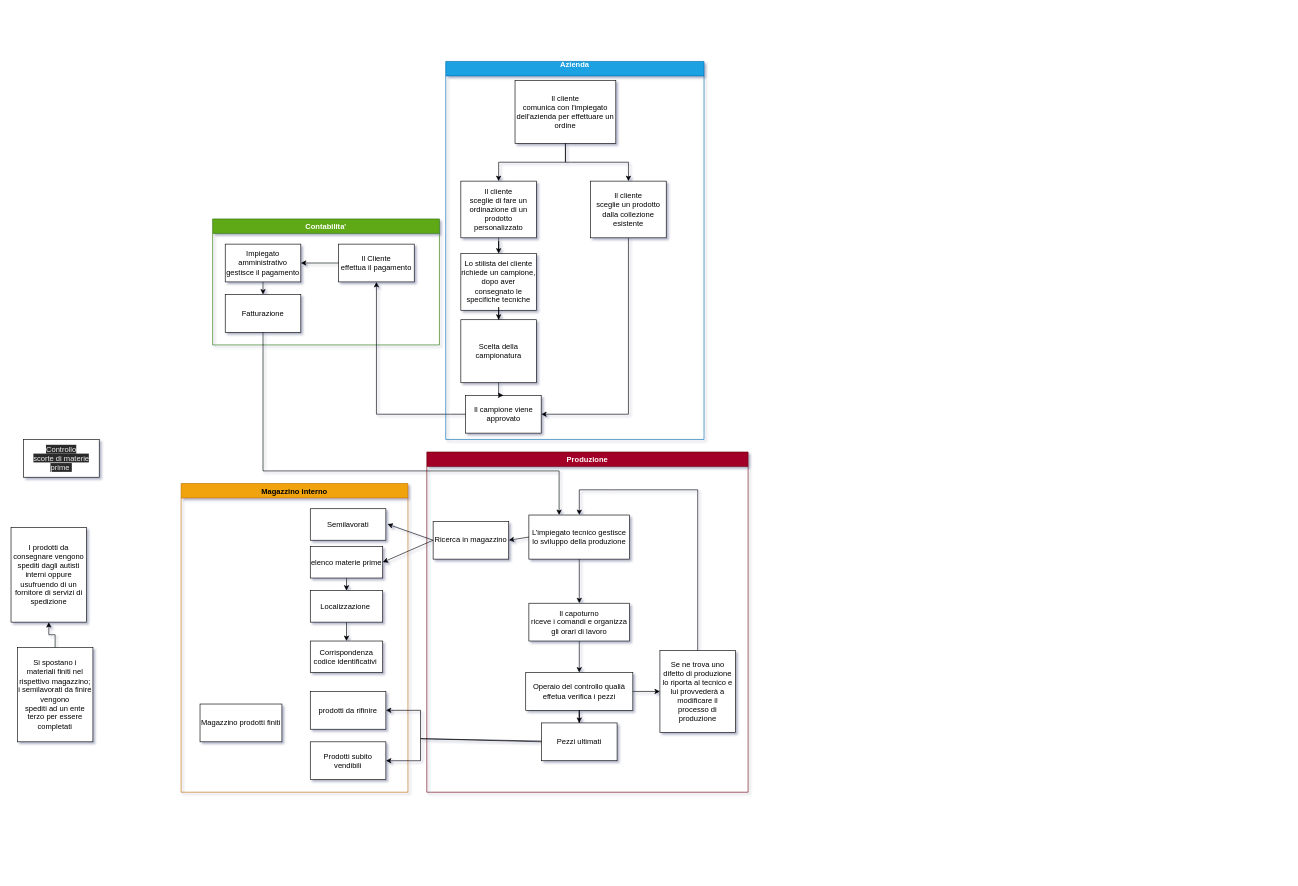
Earlier version of the draw.io diagram Analisi dei processi interni 2.0.drawio (mikecostanzi/ProgettoBasiDati). Source tidied: cells renumbered, new cells numbered last; positions are measured from the earlier drawing's top-left corner, leaving out a move shared by most shapes. Both pictures are drawn from the tidied source at 63%, with x=0, y=0 at pixel (11, 61).
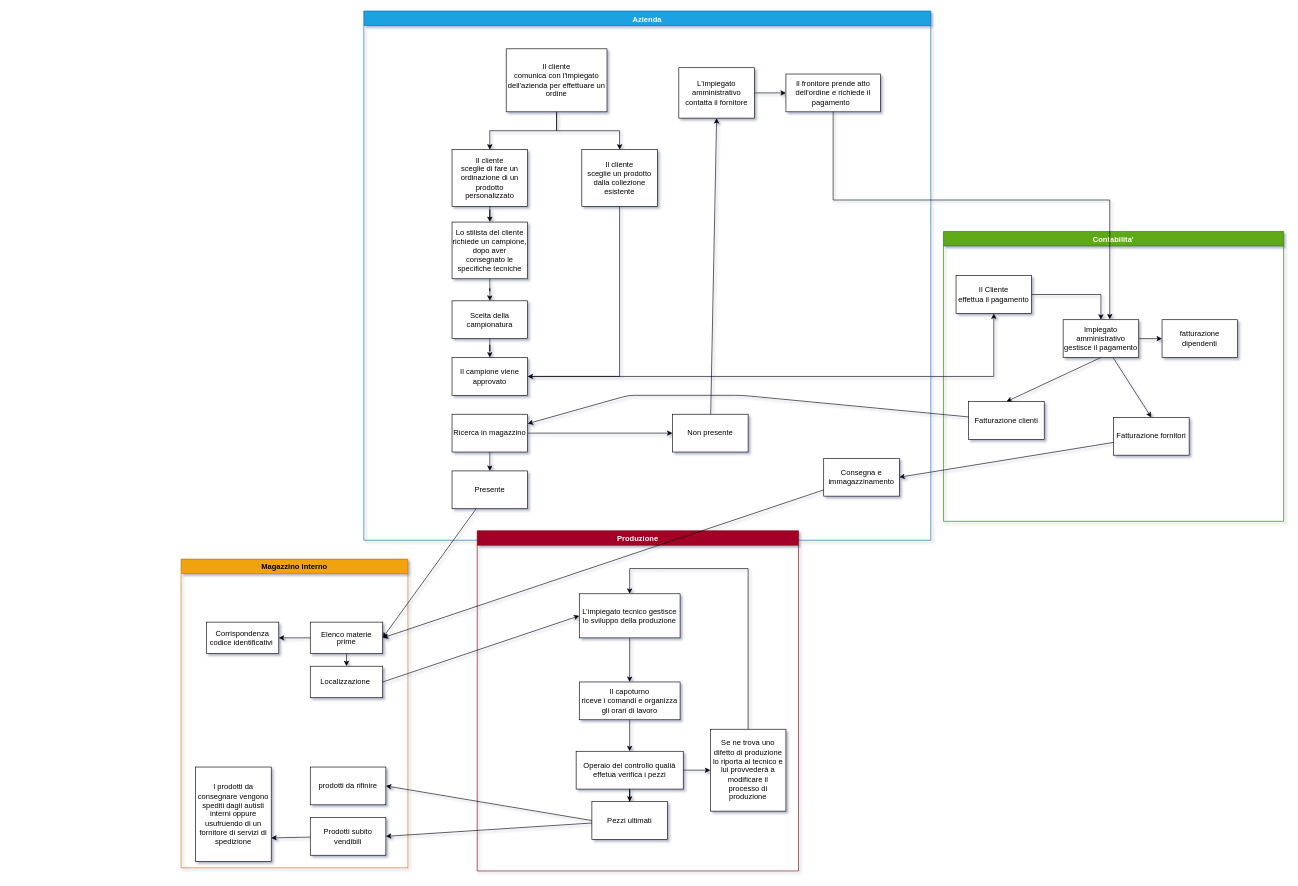
After the change.

Commit message:
analisi processi interni ultimato

Unchanged cells that the change refers to:
```xml
<mxCell id="12" value="Prodotti subito vendibili" style="rounded=0;whiteSpace=wrap;html=1;" parent="8" vertex="1">
  <mxGeometry x="205" y="410" width="120" height="60" as="geometry" />
</mxCell>
<mxCell id="13" value="prodotti da rifinire" style="rounded=0;whiteSpace=wrap;html=1;" parent="8" vertex="1">
  <mxGeometry x="205" y="330" width="120" height="60" as="geometry" />
</mxCell>
<mxCell id="15" value="Localizzazione&amp;nbsp;" style="rounded=0;whiteSpace=wrap;html=1;" parent="8" vertex="1">
  <mxGeometry x="205" y="170" width="115" height="50" as="geometry" />
</mxCell>
<mxCell id="35" value="&lt;p class=&quot;MsoListParagraph&quot;&gt;&lt;span&gt;L’impiegato tecnico gestisce lo sviluppo della produzione&lt;/span&gt;&lt;/p&gt;" style="rounded=0;whiteSpace=wrap;html=1;rotation=0;" parent="33" vertex="1">
  <mxGeometry x="162" y="100" width="160" height="70" as="geometry" />
</mxCell>
<mxCell id="42" value="&lt;p class=&quot;MsoListParagraph&quot;&gt;Pezzi ultimati&lt;/p&gt;" style="rounded=0;whiteSpace=wrap;html=1;" parent="33" vertex="1">
  <mxGeometry x="182" y="430" width="120" height="60" as="geometry" />
</mxCell>
```

Diff of the diagram source:
```diff
@@
     <mxCell id="2" value="Contabilita'" style="swimlane;rounded=0;fillColor=#60a917;fontColor=#ffffff;strokeColor=#2D7600;" parent="1" vertex="1">
-      <mxGeometry x="320" y="250" width="360" height="200" as="geometry" />
+      <mxGeometry x="1480" y="270" width="540" height="460" as="geometry" />
     </mxCell>
     <mxCell id="3" value="&lt;p class=&quot;MsoListParagraph&quot;&gt;&lt;span&gt;Il Cliente&lt;br&gt;effettua il pagamento&lt;/span&gt;&lt;/p&gt;" style="rounded=0;whiteSpace=wrap;html=1;" parent="2" vertex="1">
-      <mxGeometry x="200" y="40" width="120" height="60" as="geometry" />
+      <mxGeometry x="20" y="70" width="120" height="60" as="geometry" />
     </mxCell>
@@
+    <mxCell id="54" style="edgeStyle=none;html=1;entryX=0.5;entryY=0;entryDx=0;entryDy=0;" parent="2" edge="1" source="5" target="56">
+      <mxGeometry relative="1" as="geometry" />
+    </mxCell>
+    <mxCell id="55" style="edgeStyle=none;rounded=0;html=1;entryX=0;entryY=0.5;entryDx=0;entryDy=0;" parent="2" edge="1" source="5" target="57">
+      <mxGeometry relative="1" as="geometry" />
+    </mxCell>
     <mxCell id="5" value="&lt;p class=&quot;MsoListParagraph&quot;&gt;Impiegato amministrativo gestisce il pagamento&lt;/p&gt;" style="rounded=0;whiteSpace=wrap;html=1;" parent="2" vertex="1">
-      <mxGeometry x="20" y="40" width="120" height="60" as="geometry" />
+      <mxGeometry x="190" y="140" width="120" height="60" as="geometry" />
     </mxCell>
@@
-    <mxCell id="7" value="Fatturazione" style="rounded=0;whiteSpace=wrap;html=1;" parent="2" vertex="1">
-      <mxGeometry x="20" y="120" width="120" height="60" as="geometry" />
+    <mxCell id="7" value="Fatturazione clienti" style="rounded=0;whiteSpace=wrap;html=1;" parent="2" vertex="1">
+      <mxGeometry x="40" y="270" width="120" height="60" as="geometry" />
     </mxCell>
+    <mxCell id="56" value="Fatturazione fornitori" style="rounded=0;whiteSpace=wrap;html=1;" parent="2" vertex="1">
+      <mxGeometry x="270" y="295" width="120" height="60" as="geometry" />
+    </mxCell>
+    <mxCell id="57" value="fatturazione dipendenti" style="rounded=0;whiteSpace=wrap;html=1;" parent="2" vertex="1">
+      <mxGeometry x="347" y="140" width="120" height="60" as="geometry" />
+    </mxCell>
     <mxCell id="8" value="Magazzino interno" style="swimlane;rounded=0;fillColor=#f0a30a;fontColor=#000000;strokeColor=#BD7000;startSize=23;" parent="1" vertex="1">
-      <mxGeometry x="270" y="670" width="360" height="490" as="geometry" />
+      <mxGeometry x="270" y="790" width="360" height="490" as="geometry" />
     </mxCell>
+    <mxCell id="58" style="edgeStyle=none;html=1;" parent="8" edge="1" source="10" target="16">
+      <mxGeometry relative="1" as="geometry" />
+    </mxCell>
-    <mxCell id="9" style="edgeStyle=none;rounded=0;sketch=0;html=1;exitX=0.5;exitY=1;exitDx=0;exitDy=0;entryX=0.5;entryY=0;entryDx=0;entryDy=0;shadow=0;startFill=1;endFill=1;strokeColor=default;" parent="8" edge="1" source="10" target="15">
+    <mxCell id="9" style="edgeStyle=none;html=1;entryX=0.5;entryY=0;entryDx=0;entryDy=0;" parent="8" edge="1" source="10" target="15">
       <mxGeometry relative="1" as="geometry" />
     </mxCell>
-    <mxCell id="10" value="&lt;p class=&quot;MsoListParagraph&quot; style=&quot;line-height: 1&quot;&gt;elenco materie prime&lt;/p&gt;" style="rounded=0;whiteSpace=wrap;html=1;verticalAlign=middle;" parent="8" vertex="1">
+    <mxCell id="10" value="&lt;p class=&quot;MsoListParagraph&quot; style=&quot;line-height: 1&quot;&gt;Elenco materie prime&lt;/p&gt;" style="rounded=0;whiteSpace=wrap;html=1;verticalAlign=middle;" parent="8" vertex="1">
       <mxGeometry x="205" y="100" width="115" height="50" as="geometry" />
     </mxCell>
-    <mxCell id="11" value="Semilavorati" style="rounded=0;whiteSpace=wrap;html=1;" parent="8" vertex="1">
-      <mxGeometry x="205" y="40" width="120" height="50" as="geometry" />
-    </mxCell>
+    <mxCell id="59" style="edgeStyle=none;html=1;entryX=1;entryY=0.75;entryDx=0;entryDy=0;" parent="8" edge="1" source="12" target="48">
+      <mxGeometry relative="1" as="geometry" />
+    </mxCell>
@@
-    <mxCell id="14" style="edgeStyle=none;rounded=0;sketch=0;html=1;exitX=0.5;exitY=1;exitDx=0;exitDy=0;entryX=0.5;entryY=0;entryDx=0;entryDy=0;shadow=0;startFill=1;endFill=1;strokeColor=default;" parent="8" edge="1" source="15" target="16">
-      <mxGeometry relative="1" as="geometry" />
-    </mxCell>
@@
     <mxCell id="16" value="Corrispondenza codice identificativi&amp;nbsp;" style="rounded=0;whiteSpace=wrap;html=1;" parent="8" vertex="1">
-      <mxGeometry x="205" y="250" width="115" height="50" as="geometry" />
+      <mxGeometry x="40" y="100" width="115" height="50" as="geometry" />
     </mxCell>
-    <mxCell id="17" value="Magazzino prodotti finiti" style="rounded=0;whiteSpace=wrap;html=1;" parent="8" vertex="1">
-      <mxGeometry x="30" y="350" width="130" height="60" as="geometry" />
-    </mxCell>
+    <mxCell id="48" value="&lt;p class=&quot;MsoListParagraph&quot;&gt;&lt;span&gt;I prodotti da&lt;br&gt;consegnare vengono spediti dagli autisti interni oppure usufruendo di un&lt;br&gt;fornitore di servizi di spedizione&lt;/span&gt;&lt;/p&gt;" style="rounded=0;whiteSpace=wrap;html=1;" parent="8" vertex="1">
+      <mxGeometry x="23" y="330" width="120" height="150" as="geometry" />
+    </mxCell>
+    <mxCell id="27" style="edgeStyle=orthogonalEdgeStyle;rounded=0;jettySize=auto;html=1;" parent="1" edge="1" source="31" target="3">
+      <mxGeometry relative="1" as="geometry" />
+    </mxCell>
+    <mxCell id="29" value="Azienda&#10;" style="swimlane;fillColor=#1ba1e2;fontColor=#ffffff;strokeColor=#006EAF;verticalAlign=top;" parent="1" vertex="1">
+      <mxGeometry x="560" y="-80" width="900" height="840" as="geometry" />
+    </mxCell>
-    <mxCell id="18" value="&lt;p class=&quot;MsoListParagraph&quot;&gt;&lt;span&gt;Lo stilista del cliente&lt;br&gt;richiede un campione, dopo aver consegnato le specifiche tecniche&lt;/span&gt;&lt;/p&gt;" style="rounded=0;whiteSpace=wrap;html=1;" parent="1" vertex="1">
-      <mxGeometry x="714" y="305" width="120" height="90" as="geometry" />
+    <mxCell id="18" value="&lt;p class=&quot;MsoListParagraph&quot;&gt;&lt;span&gt;Lo stilista del cliente&lt;br&gt;richiede un campione, dopo aver consegnato le specifiche tecniche&lt;/span&gt;&lt;/p&gt;" style="rounded=0;whiteSpace=wrap;html=1;" parent="29" vertex="1">
+      <mxGeometry x="140" y="335" width="120" height="90" as="geometry" />
     </mxCell>
-    <mxCell id="19" value="&lt;p class=&quot;MsoListParagraph&quot;&gt;&lt;span&gt;Il cliente&lt;br&gt;sceglie di fare un ordinazione di un prodotto personalizzato&lt;/span&gt;&lt;/p&gt;" style="rounded=0;whiteSpace=wrap;html=1;" parent="1" vertex="1">
-      <mxGeometry x="714" y="190" width="120" height="90" as="geometry" />
+    <mxCell id="19" value="&lt;p class=&quot;MsoListParagraph&quot;&gt;&lt;span&gt;Il cliente&lt;br&gt;sceglie di fare un ordinazione di un prodotto personalizzato&lt;/span&gt;&lt;/p&gt;" style="rounded=0;whiteSpace=wrap;html=1;" parent="29" vertex="1">
+      <mxGeometry x="140" y="220" width="120" height="90" as="geometry" />
     </mxCell>
-    <mxCell id="20" style="edgeStyle=orthogonalEdgeStyle;rounded=0;jettySize=auto;html=1;" parent="1" edge="1" source="21" target="26">
-      <mxGeometry relative="1" as="geometry" />
-    </mxCell>
-    <mxCell id="21" value="&lt;p class=&quot;MsoListParagraph&quot;&gt;&lt;span&gt;Il cliente&lt;br&gt;comunica con l'impiegato dell'azienda per effettuare un ordine&lt;/span&gt;&lt;/p&gt;" style="rounded=0;whiteSpace=wrap;html=1;" parent="1" vertex="1">
-      <mxGeometry x="800" y="30" width="160" height="100" as="geometry" />
+    <mxCell id="21" value="&lt;p class=&quot;MsoListParagraph&quot;&gt;&lt;span&gt;Il cliente&lt;br&gt;comunica con l'impiegato dell'azienda per effettuare un ordine&lt;/span&gt;&lt;/p&gt;" style="rounded=0;whiteSpace=wrap;html=1;" parent="29" vertex="1">
+      <mxGeometry x="226" y="60" width="160" height="100" as="geometry" />
     </mxCell>
-    <mxCell id="22" style="edgeStyle=orthogonalEdgeStyle;rounded=0;jettySize=auto;html=1;" parent="1" edge="1" source="21" target="19">
+    <mxCell id="22" style="edgeStyle=orthogonalEdgeStyle;rounded=0;jettySize=auto;html=1;" parent="29" edge="1" source="21" target="19">
       <mxGeometry relative="1" as="geometry" />
     </mxCell>
-    <mxCell id="23" style="edgeStyle=orthogonalEdgeStyle;rounded=0;jettySize=auto;html=1;" parent="1" edge="1" source="19" target="18">
+    <mxCell id="23" style="edgeStyle=orthogonalEdgeStyle;rounded=0;jettySize=auto;html=1;" parent="29" edge="1" source="19" target="18">
       <mxGeometry relative="1" as="geometry" />
     </mxCell>
-    <mxCell id="24" style="edgeStyle=orthogonalEdgeStyle;rounded=0;jettySize=auto;html=1;" parent="1" edge="1" source="18" target="30">
+    <mxCell id="24" style="edgeStyle=orthogonalEdgeStyle;rounded=0;jettySize=auto;html=1;" parent="29" edge="1" source="18" target="30">
       <mxGeometry relative="1" as="geometry" />
     </mxCell>
-    <mxCell id="25" style="edgeStyle=none;rounded=0;html=1;exitX=0.5;exitY=1;exitDx=0;exitDy=0;entryX=1;entryY=0.5;entryDx=0;entryDy=0;" parent="1" edge="1" source="26" target="31">
+    <mxCell id="25" style="edgeStyle=none;rounded=0;html=1;exitX=0.5;exitY=1;exitDx=0;exitDy=0;entryX=1;entryY=0.5;entryDx=0;entryDy=0;" parent="29" edge="1" source="26" target="31">
       <mxGeometry relative="1" as="geometry">
         <Array as="points">
-          <mxPoint x="980" y="560" />
+          <mxPoint x="406" y="580" />
         </Array>
       </mxGeometry>
     </mxCell>
-    <mxCell id="26" value="&lt;p class=&quot;MsoListParagraph&quot;&gt;&lt;span&gt;Il cliente&lt;br&gt;sceglie un prodotto dalla collezione esistente&lt;/span&gt;&lt;/p&gt;" style="rounded=0;whiteSpace=wrap;html=1;" parent="1" vertex="1">
-      <mxGeometry x="920" y="190" width="120" height="90" as="geometry" />
+    <mxCell id="26" value="&lt;p class=&quot;MsoListParagraph&quot;&gt;&lt;span&gt;Il cliente&lt;br&gt;sceglie un prodotto dalla collezione esistente&lt;/span&gt;&lt;/p&gt;" style="rounded=0;whiteSpace=wrap;html=1;" parent="29" vertex="1">
+      <mxGeometry x="346" y="220" width="120" height="90" as="geometry" />
     </mxCell>
-    <mxCell id="27" style="edgeStyle=orthogonalEdgeStyle;rounded=0;jettySize=auto;html=1;" parent="1" edge="1" source="31" target="3">
-      <mxGeometry relative="1" as="geometry" />
-    </mxCell>
-    <mxCell id="28" style="edgeStyle=orthogonalEdgeStyle;rounded=0;jettySize=auto;html=1;exitX=0.5;exitY=1;exitDx=0;exitDy=0;" parent="1" edge="1" source="7" target="35">
-      <mxGeometry relative="1" as="geometry">
-        <Array as="points">
-          <mxPoint x="400" y="650" />
-          <mxPoint x="870" y="650" />
-        </Array>
-      </mxGeometry>
-    </mxCell>
-    <mxCell id="29" value="Azienda&#10;" style="swimlane;fillColor=#1ba1e2;fontColor=#ffffff;strokeColor=#006EAF;" parent="1" vertex="1">
-      <mxGeometry x="690" width="410" height="600" as="geometry" />
-    </mxCell>
+    <mxCell id="20" style="edgeStyle=orthogonalEdgeStyle;rounded=0;jettySize=auto;html=1;" parent="29" edge="1" source="21" target="26">
+      <mxGeometry relative="1" as="geometry" />
+    </mxCell>
     <mxCell id="30" value="&lt;p class=&quot;MsoListParagraph&quot;&gt;Scelta della campionatura&lt;/p&gt;" style="rounded=0;whiteSpace=wrap;html=1;" parent="29" vertex="1">
-      <mxGeometry x="24" y="410" width="120" height="100" as="geometry" />
+      <mxGeometry x="140" y="460" width="120" height="60" as="geometry" />
     </mxCell>
     <mxCell id="31" value="&lt;p class=&quot;MsoListParagraph&quot;&gt;&lt;span&gt;Il campione viene&lt;br&gt;approvato&lt;/span&gt;&lt;/p&gt;" style="rounded=0;whiteSpace=wrap;html=1;" parent="29" vertex="1">
-      <mxGeometry x="31.5" y="530" width="120" height="60" as="geometry" />
+      <mxGeometry x="140" y="550" width="120" height="60" as="geometry" />
     </mxCell>
@@
+    <mxCell id="60" style="edgeStyle=none;rounded=0;html=1;entryX=0;entryY=0.5;entryDx=0;entryDy=0;" parent="29" edge="1" source="61" target="65">
+      <mxGeometry relative="1" as="geometry" />
+    </mxCell>
+    <mxCell id="61" value="L'impiegato amministrativo contatta il fornitore" style="rounded=0;whiteSpace=wrap;html=1;" parent="29" vertex="1">
+      <mxGeometry x="500" y="90" width="120" height="80" as="geometry" />
+    </mxCell>
+    <mxCell id="62" value="Presente" style="rounded=0;whiteSpace=wrap;html=1;" parent="29" vertex="1">
+      <mxGeometry x="140" y="730" width="120" height="60" as="geometry" />
+    </mxCell>
+    <mxCell id="63" style="edgeStyle=none;rounded=0;html=1;entryX=0.5;entryY=0;entryDx=0;entryDy=0;" parent="29" edge="1" source="44" target="62">
+      <mxGeometry relative="1" as="geometry" />
+    </mxCell>
+    <mxCell id="64" style="edgeStyle=none;html=1;entryX=0;entryY=0.5;entryDx=0;entryDy=0;" parent="29" edge="1" source="44" target="67">
+      <mxGeometry relative="1" as="geometry" />
+    </mxCell>
+    <mxCell id="44" value="&lt;span&gt;Ricerca in magazzino&lt;/span&gt;" style="rounded=0;whiteSpace=wrap;html=1;" parent="29" vertex="1">
+      <mxGeometry x="140" y="640" width="120" height="60" as="geometry" />
+    </mxCell>
+    <mxCell id="65" value="Il fronitore prende atto dell'ordine e richiede il pagamento&amp;nbsp;&amp;nbsp;" style="rounded=0;whiteSpace=wrap;html=1;" parent="29" vertex="1">
+      <mxGeometry x="670" y="100" width="150" height="60" as="geometry" />
+    </mxCell>
+    <mxCell id="66" value="Consegna e immagazzinamento" style="rounded=0;whiteSpace=wrap;html=1;" parent="29" vertex="1">
+      <mxGeometry x="730" y="710" width="120" height="60" as="geometry" />
+    </mxCell>
+    <mxCell id="67" value="Non presente" style="rounded=0;whiteSpace=wrap;html=1;" parent="29" vertex="1">
+      <mxGeometry x="490" y="640" width="120" height="60" as="geometry" />
+    </mxCell>
+    <mxCell id="68" style="edgeStyle=none;rounded=0;html=1;entryX=0.5;entryY=1;entryDx=0;entryDy=0;" parent="29" edge="1" source="67" target="61">
+      <mxGeometry relative="1" as="geometry" />
+    </mxCell>
     <mxCell id="33" value="Produzione" style="swimlane;fillColor=#a20025;fontColor=#ffffff;strokeColor=#6F0000;" parent="1" vertex="1">
-      <mxGeometry x="660" y="620" width="510" height="540" as="geometry" />
+      <mxGeometry x="740" y="745" width="510" height="540" as="geometry" />
     </mxCell>
@@
-    <mxCell id="44" value="Ricerca in magazzino" style="rounded=0;whiteSpace=wrap;html=1;" parent="33" vertex="1">
-      <mxGeometry x="10" y="110" width="120" height="60" as="geometry" />
-    </mxCell>
-    <mxCell id="45" style="edgeStyle=none;rounded=0;sketch=0;html=1;exitX=0;exitY=0.5;exitDx=0;exitDy=0;entryX=1;entryY=0.5;entryDx=0;entryDy=0;shadow=0;startFill=1;endFill=1;strokeColor=default;" parent="33" edge="1" source="35" target="44">
-      <mxGeometry relative="1" as="geometry" />
-    </mxCell>
-    <mxCell id="46" value="&lt;p class=&quot;MsoListParagraph&quot;&gt;&lt;span&gt;Si spostano i&lt;br&gt;materiali finiti nel rispettivo magazzino; i semilavorati da finire vengono&lt;br&gt;spediti ad un ente terzo per essere completati&lt;/span&gt;&lt;/p&gt;" style="rounded=0;whiteSpace=wrap;html=1;" parent="1" vertex="1">
-      <mxGeometry x="10" y="930" width="120" height="150" as="geometry" />
-    </mxCell>
-    <mxCell id="47" style="edgeStyle=orthogonalEdgeStyle;rounded=0;jettySize=auto;html=1;" parent="1" edge="1" source="46" target="48">
-      <mxGeometry relative="1" as="geometry" />
-    </mxCell>
-    <mxCell id="48" value="&lt;p class=&quot;MsoListParagraph&quot;&gt;&lt;span&gt;I prodotti da&lt;br&gt;consegnare vengono spediti dagli autisti interni oppure usufruendo di un&lt;br&gt;fornitore di servizi di spedizione&lt;/span&gt;&lt;/p&gt;" style="rounded=0;whiteSpace=wrap;html=1;" parent="1" vertex="1">
-      <mxGeometry y="740" width="120" height="150" as="geometry" />
-    </mxCell>
-    <mxCell id="49" value="&#10;&#10;&lt;span style=&quot;color: rgb(240, 240, 240); font-family: helvetica; font-size: 12px; font-style: normal; font-weight: 400; letter-spacing: normal; text-align: center; text-indent: 0px; text-transform: none; word-spacing: 0px; background-color: rgb(42, 42, 42); display: inline; float: none;&quot;&gt;Controllo&lt;/span&gt;&lt;br style=&quot;color: rgb(240, 240, 240); font-family: helvetica; font-size: 12px; font-style: normal; font-weight: 400; letter-spacing: normal; text-align: center; text-indent: 0px; text-transform: none; word-spacing: 0px; background-color: rgb(42, 42, 42);&quot;&gt;&lt;span style=&quot;color: rgb(240, 240, 240); font-family: helvetica; font-size: 12px; font-style: normal; font-weight: 400; letter-spacing: normal; text-align: center; text-indent: 0px; text-transform: none; word-spacing: 0px; background-color: rgb(42, 42, 42); display: inline; float: none;&quot;&gt;scorte di materie prime&amp;nbsp;&lt;/span&gt;&#10;&#10;" style="rounded=0;whiteSpace=wrap;html=1;" parent="1" vertex="1">
-      <mxGeometry x="20" y="600" width="120" height="60" as="geometry" />
-    </mxCell>
+    <mxCell id="69" style="edgeStyle=none;rounded=0;html=1;exitX=1;exitY=0.5;exitDx=0;exitDy=0;entryX=0;entryY=0.5;entryDx=0;entryDy=0;" parent="1" edge="1" source="15" target="35">
+      <mxGeometry relative="1" as="geometry" />
+    </mxCell>
+    <mxCell id="51" style="edgeStyle=none;rounded=0;html=1;exitX=0;exitY=0.5;exitDx=0;exitDy=0;entryX=1;entryY=0.5;entryDx=0;entryDy=0;" parent="1" edge="1" source="42" target="13">
+      <mxGeometry relative="1" as="geometry" />
+    </mxCell>
-    <mxCell id="50" style="edgeStyle=none;html=1;entryX=1;entryY=0.5;entryDx=0;entryDy=0;rounded=0;" parent="1" edge="1" source="42" target="12">
-      <mxGeometry relative="1" as="geometry">
-        <Array as="points">
-          <mxPoint x="650" y="1075" />
-          <mxPoint x="650" y="1090" />
-          <mxPoint x="650" y="1110" />
-        </Array>
-      </mxGeometry>
+    <mxCell id="50" style="edgeStyle=none;rounded=0;html=1;entryX=1;entryY=0.5;entryDx=0;entryDy=0;" parent="1" edge="1" source="42" target="12">
+      <mxGeometry relative="1" as="geometry" />
     </mxCell>
-    <mxCell id="51" style="edgeStyle=none;html=1;entryX=1;entryY=0.5;entryDx=0;entryDy=0;shadow=0;sketch=0;startFill=1;endFill=1;anchorPointDirection=1;strokeColor=default;rounded=0;exitX=0;exitY=0.5;exitDx=0;exitDy=0;" parent="1" edge="1" source="42" target="13">
-      <mxGeometry relative="1" as="geometry">
-        <Array as="points">
-          <mxPoint x="650" y="1075" />
-          <mxPoint x="650" y="1030" />
-        </Array>
-      </mxGeometry>
-    </mxCell>
-    <mxCell id="52" style="edgeStyle=none;rounded=0;sketch=0;html=1;entryX=1.021;entryY=0.489;entryDx=0;entryDy=0;entryPerimeter=0;shadow=0;startFill=1;endFill=1;strokeColor=default;exitX=0;exitY=0.5;exitDx=0;exitDy=0;" parent="1" edge="1" source="44" target="11">
-      <mxGeometry relative="1" as="geometry" />
-    </mxCell>
-    <mxCell id="53" style="edgeStyle=none;rounded=0;sketch=0;html=1;exitX=0;exitY=0.5;exitDx=0;exitDy=0;entryX=1;entryY=0.5;entryDx=0;entryDy=0;shadow=0;startFill=1;endFill=1;strokeColor=default;" parent="1" edge="1" source="44" target="10">
-      <mxGeometry relative="1" as="geometry" />
-    </mxCell>
+    <mxCell id="70" style="edgeStyle=none;rounded=0;html=1;entryX=1;entryY=0.5;entryDx=0;entryDy=0;" parent="1" edge="1" source="62" target="10">
+      <mxGeometry relative="1" as="geometry" />
+    </mxCell>
+    <mxCell id="71" style="edgeStyle=none;rounded=0;html=1;entryX=0.617;entryY=-0.009;entryDx=0;entryDy=0;entryPerimeter=0;" parent="1" edge="1" source="65" target="5">
+      <mxGeometry relative="1" as="geometry">
+        <Array as="points">
+          <mxPoint x="1305" y="220" />
+          <mxPoint x="1744" y="220" />
+        </Array>
+      </mxGeometry>
+    </mxCell>
+    <mxCell id="72" style="edgeStyle=none;html=1;entryX=1;entryY=0.5;entryDx=0;entryDy=0;" parent="1" edge="1" source="56" target="66">
+      <mxGeometry relative="1" as="geometry" />
+    </mxCell>
+    <mxCell id="73" style="edgeStyle=none;html=1;entryX=1;entryY=0.5;entryDx=0;entryDy=0;" parent="1" edge="1" source="66" target="10">
+      <mxGeometry relative="1" as="geometry" />
+    </mxCell>
+    <mxCell id="74" style="edgeStyle=none;html=1;entryX=1;entryY=0.25;entryDx=0;entryDy=0;" parent="1" edge="1" source="7" target="44">
+      <mxGeometry relative="1" as="geometry">
+        <Array as="points">
+          <mxPoint x="1160" y="530" />
+          <mxPoint x="980" y="530" />
+        </Array>
+      </mxGeometry>
+    </mxCell>
```
